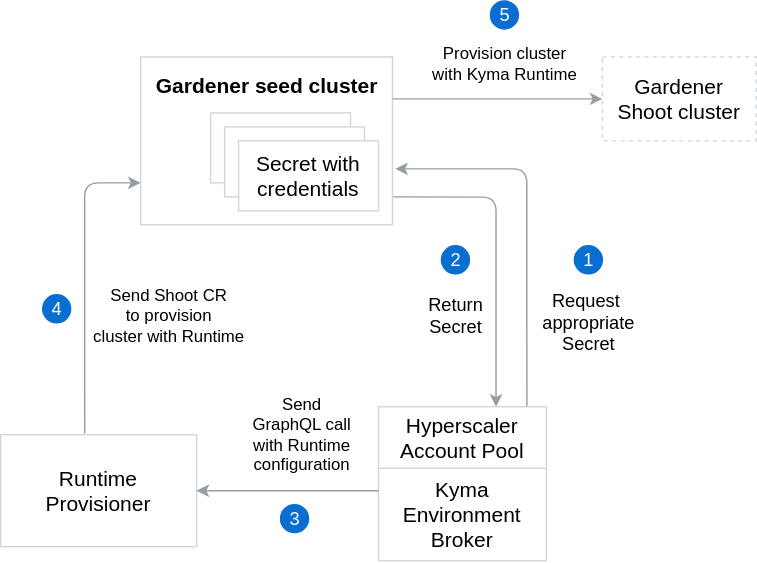
The draw.io diagram docs/assets/hap-flow.svg in ukff/kyma-environment-broker, before a commit. Source tidied: cells renumbered, new cells last; positions are measured from the earlier drawing's top-left corner, leaving out a move shared by most shapes. Source of this version:
```xml
<mxGraphModel>
  <root>
    <mxCell id="0" />
    <mxCell id="1" parent="0" />
    <mxCell id="2" style="endArrow=none;startArrow=classic;html=1;strokeColor=#959CA4;startFill=1;endFill=0;" parent="1" edge="1">
      <mxGeometry relative="1" as="geometry">
        <mxPoint x="354" y="290" as="sourcePoint" />
        <mxPoint x="280" y="140" as="targetPoint" />
        <Array as="points">
          <mxPoint x="354" y="240.3" />
          <mxPoint x="354" y="140.3" />
        </Array>
      </mxGeometry>
    </mxCell>
    <mxCell id="3" style="rounded=0;whiteSpace=wrap;html=1;strokeColor=#D2D5D9;" parent="1" vertex="1">
      <mxGeometry x="100" y="40" width="180" height="120" as="geometry" />
    </mxCell>
    <mxCell id="4" value="&lt;font style=&quot;font-size: 15px&quot;&gt;Gardener &lt;br&gt;Shoot cluster&lt;/font&gt;" style="rounded=0;whiteSpace=wrap;html=1;strokeColor=#D2D5D9;dashed=1;" parent="1" vertex="1">
      <mxGeometry x="430" y="40" width="110" height="60" as="geometry" />
    </mxCell>
    <mxCell id="5" value="&lt;font style=&quot;font-size: 15px&quot;&gt;Runtime &lt;br&gt;Provisioner&lt;/font&gt;" style="rounded=0;whiteSpace=wrap;html=1;strokeColor=#D2D5D9;" parent="1" vertex="1">
      <mxGeometry y="310" width="140" height="80" as="geometry" />
    </mxCell>
    <mxCell id="6" value="&lt;b&gt;&lt;font style=&quot;font-size: 15px&quot;&gt;Gardener seed cluster&lt;/font&gt;&lt;/b&gt;" style="text;html=1;align=center;verticalAlign=middle;" parent="1" vertex="1">
      <mxGeometry x="105" y="50" width="170" height="20" as="geometry" />
    </mxCell>
    <mxCell id="7" value="&lt;font style=&quot;font-size: 15px&quot;&gt;Secret with credentials&lt;/font&gt;" style="rounded=0;whiteSpace=wrap;html=1;strokeColor=#D2D5D9;" parent="1" vertex="1">
      <mxGeometry x="150" y="80" width="100" height="50" as="geometry" />
    </mxCell>
    <mxCell id="8" style="group;" parent="1" vertex="1">
      <mxGeometry x="270" y="290" width="120" height="110" as="geometry" />
    </mxCell>
    <mxCell id="9" value="&lt;font style=&quot;font-size: 15px&quot;&gt;Kyma Environment Broker&lt;/font&gt;" style="rounded=0;whiteSpace=wrap;html=1;strokeColor=#D2D5D9;" parent="8" vertex="1">
      <mxGeometry y="44" width="120" height="66" as="geometry" />
    </mxCell>
    <mxCell id="10" value="&lt;font style=&quot;font-size: 15px&quot;&gt;Hyperscaler Account Pool&lt;/font&gt;" style="rounded=0;whiteSpace=wrap;html=1;strokeColor=#D2D5D9;" parent="8" vertex="1">
      <mxGeometry width="120" height="44" as="geometry" />
    </mxCell>
    <mxCell id="11" style="endArrow=classic;startArrow=none;html=1;strokeColor=#959CA4;startFill=0;exitX=0.884;exitY=-0.006;exitDx=0;exitDy=0;exitPerimeter=0;" parent="1" edge="1" source="10">
      <mxGeometry relative="1" as="geometry">
        <mxPoint x="282" y="120" as="targetPoint" />
        <Array as="points">
          <mxPoint x="376" y="220" />
          <mxPoint x="376" y="120" />
        </Array>
      </mxGeometry>
    </mxCell>
    <mxCell id="12" style="group;" parent="1" vertex="1">
      <mxGeometry x="410" y="175" width="20" height="20" as="geometry" />
    </mxCell>
    <mxCell id="13" style="ellipse;whiteSpace=wrap;html=1;strokeColor=#0A6ED1;fillColor=#0A6ED1;fontColor=#FFFFFF;" parent="12" vertex="1">
      <mxGeometry width="20" height="20" as="geometry" />
    </mxCell>
    <mxCell id="14" value="1" style="text;html=1;align=center;verticalAlign=middle;fillColor=none;strokeColor=none;rounded=0;fontColor=#FFFFFF;fontSize=13;" parent="12" vertex="1">
      <mxGeometry width="20" height="20" as="geometry" />
    </mxCell>
    <mxCell id="15" value="&lt;font style=&quot;font-size: 13px&quot;&gt;Request&amp;nbsp;&lt;br&gt;appropriate&lt;br&gt;Secret&lt;br&gt;&lt;/font&gt;" style="text;html=1;align=center;verticalAlign=middle;" parent="1" vertex="1">
      <mxGeometry x="380" y="205" width="80" height="50" as="geometry" />
    </mxCell>
    <mxCell id="16" style="endArrow=classic;startArrow=none;html=1;entryX=1;entryY=0.5;entryDx=0;entryDy=0;strokeColor=#959CA4;startFill=0;" parent="1" edge="1" target="5">
      <mxGeometry relative="1" as="geometry">
        <mxPoint x="270" y="350" as="sourcePoint" />
        <Array as="points">
          <mxPoint x="210" y="350" />
        </Array>
      </mxGeometry>
    </mxCell>
    <mxCell id="17" style="group;" parent="1" vertex="1">
      <mxGeometry x="200" y="360" width="20" height="20" as="geometry" />
    </mxCell>
    <mxCell id="18" style="ellipse;whiteSpace=wrap;html=1;strokeColor=#0A6ED1;fillColor=#0A6ED1;fontColor=#FFFFFF;" parent="17" vertex="1">
      <mxGeometry width="20" height="20" as="geometry" />
    </mxCell>
    <mxCell id="19" value="3" style="text;html=1;align=center;verticalAlign=middle;fillColor=none;strokeColor=none;rounded=0;fontColor=#FFFFFF;fontSize=13;" parent="17" vertex="1">
      <mxGeometry width="20" height="20" as="geometry" />
    </mxCell>
    <mxCell id="20" value="Send &lt;br&gt;GraphQL call &lt;br&gt;with Runtime &lt;br&gt;configuration" style="text;html=1;align=center;verticalAlign=middle;" parent="1" vertex="1">
      <mxGeometry x="170" y="280" width="90" height="60" as="geometry" />
    </mxCell>
    <mxCell id="21" value="&lt;font style=&quot;font-size: 15px&quot;&gt;Secret with credentials&lt;/font&gt;" style="rounded=0;whiteSpace=wrap;html=1;strokeColor=#D2D5D9;" parent="1" vertex="1">
      <mxGeometry x="160" y="90" width="100" height="50" as="geometry" />
    </mxCell>
    <mxCell id="22" value="&lt;font style=&quot;font-size: 15px&quot;&gt;Secret with credentials&lt;/font&gt;" style="rounded=0;whiteSpace=wrap;html=1;strokeColor=#D2D5D9;" parent="1" vertex="1">
      <mxGeometry x="170" y="100" width="100" height="50" as="geometry" />
    </mxCell>
    <mxCell id="23" style="endArrow=classic;startArrow=none;html=1;entryX=0;entryY=0.75;entryDx=0;entryDy=0;strokeColor=#959CA4;startFill=0;exitX=0.429;exitY=-0.012;exitDx=0;exitDy=0;exitPerimeter=0;" parent="1" edge="1" source="5" target="3">
      <mxGeometry relative="1" as="geometry">
        <Array as="points">
          <mxPoint x="60" y="270" />
          <mxPoint x="60" y="130" />
        </Array>
      </mxGeometry>
    </mxCell>
    <mxCell id="24" style="group;" parent="1" vertex="1">
      <mxGeometry x="30" y="210" width="20" height="20" as="geometry" />
    </mxCell>
    <mxCell id="25" style="ellipse;whiteSpace=wrap;html=1;strokeColor=#0A6ED1;fillColor=#0A6ED1;fontColor=#FFFFFF;" parent="24" vertex="1">
      <mxGeometry width="20" height="20" as="geometry" />
    </mxCell>
    <mxCell id="26" value="4" style="text;html=1;align=center;verticalAlign=middle;fillColor=none;strokeColor=none;rounded=0;fontColor=#FFFFFF;fontSize=13;" parent="24" vertex="1">
      <mxGeometry width="20" height="20" as="geometry" />
    </mxCell>
    <mxCell id="27" value="Send Shoot CR &lt;br&gt;to provision &lt;br&gt;cluster with Runtime" style="text;html=1;align=center;verticalAlign=middle;" parent="1" vertex="1">
      <mxGeometry x="60" y="200" width="120" height="50" as="geometry" />
    </mxCell>
    <mxCell id="28" style="group;" parent="1" vertex="1">
      <mxGeometry x="315" y="175" width="20" height="20" as="geometry" />
    </mxCell>
    <mxCell id="29" style="ellipse;whiteSpace=wrap;html=1;strokeColor=#0A6ED1;fillColor=#0A6ED1;fontColor=#FFFFFF;" parent="28" vertex="1">
      <mxGeometry width="20" height="20" as="geometry" />
    </mxCell>
    <mxCell id="30" value="2" style="text;html=1;align=center;verticalAlign=middle;fillColor=none;strokeColor=none;rounded=0;fontColor=#FFFFFF;fontSize=13;" parent="28" vertex="1">
      <mxGeometry width="20" height="20" as="geometry" />
    </mxCell>
    <mxCell id="31" value="&lt;font style=&quot;font-size: 13px&quot;&gt;Return&lt;br&gt;Secret&lt;br&gt;&lt;/font&gt;" style="text;html=1;align=center;verticalAlign=middle;" parent="1" vertex="1">
      <mxGeometry x="300" y="210" width="50" height="30" as="geometry" />
    </mxCell>
    <mxCell id="32" style="endArrow=classic;startArrow=none;html=1;entryX=0;entryY=0.5;entryDx=0;entryDy=0;strokeColor=#959CA4;startFill=0;exitX=1;exitY=0.25;exitDx=0;exitDy=0;" parent="1" edge="1" source="3" target="4">
      <mxGeometry relative="1" as="geometry" />
    </mxCell>
    <mxCell id="33" style="group;" parent="1" vertex="1">
      <mxGeometry x="350" width="20" height="20" as="geometry" />
    </mxCell>
    <mxCell id="34" style="ellipse;whiteSpace=wrap;html=1;strokeColor=#0A6ED1;fillColor=#0A6ED1;fontColor=#FFFFFF;" parent="33" vertex="1">
      <mxGeometry width="20" height="20" as="geometry" />
    </mxCell>
    <mxCell id="35" value="5" style="text;html=1;align=center;verticalAlign=middle;fillColor=none;strokeColor=none;rounded=0;fontColor=#FFFFFF;fontSize=13;" parent="33" vertex="1">
      <mxGeometry width="20" height="20" as="geometry" />
    </mxCell>
    <mxCell id="36" value="Provision cluster &lt;br&gt;with Kyma Runtime" style="text;html=1;align=center;verticalAlign=middle;" parent="1" vertex="1">
      <mxGeometry x="300" y="30" width="120" height="30" as="geometry" />
    </mxCell>
  </root>
</mxGraphModel>
```
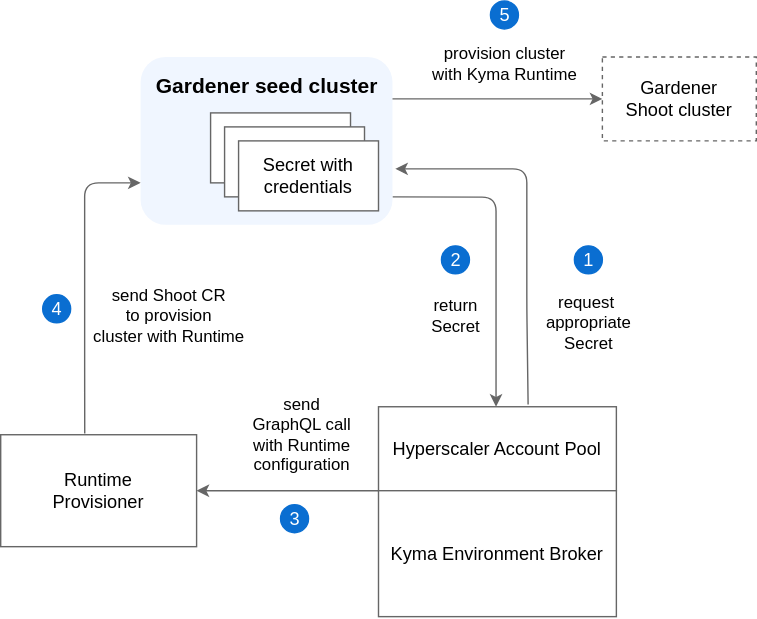
Later version of the same file.

Change to the diagram source:
```diff
@@ -2,7 +2,7 @@
   <root>
     <mxCell id="0" />
     <mxCell id="1" parent="0" />
-    <mxCell id="2" style="endArrow=none;startArrow=classic;html=1;strokeColor=#959CA4;startFill=1;endFill=0;" parent="1" edge="1">
+    <mxCell id="2" style="endArrow=none;startArrow=classic;html=1;strokeColor=#666666;startFill=1;endFill=0;" parent="1" edge="1">
       <mxGeometry relative="1" as="geometry">
         <mxPoint x="354" y="290" as="sourcePoint" />
         <mxPoint x="280" y="140" as="targetPoint" />
@@ -12,31 +12,22 @@
         </Array>
       </mxGeometry>
     </mxCell>
-    <mxCell id="3" style="rounded=0;whiteSpace=wrap;html=1;strokeColor=#D2D5D9;" parent="1" vertex="1">
+    <mxCell id="3" style="rounded=1;whiteSpace=wrap;html=1;strokeColor=none;fillColor=#F0F6FF;" parent="1" vertex="1">
       <mxGeometry x="100" y="40" width="180" height="120" as="geometry" />
     </mxCell>
-    <mxCell id="4" value="&lt;font style=&quot;font-size: 15px&quot;&gt;Gardener &lt;br&gt;Shoot cluster&lt;/font&gt;" style="rounded=0;whiteSpace=wrap;html=1;strokeColor=#D2D5D9;dashed=1;" parent="1" vertex="1">
+    <mxCell id="4" value="&lt;font style=&quot;font-size: 13px&quot;&gt;Gardener &lt;br&gt;Shoot cluster&lt;/font&gt;" style="rounded=0;whiteSpace=wrap;html=1;strokeColor=#666666;dashed=1;" parent="1" vertex="1">
       <mxGeometry x="430" y="40" width="110" height="60" as="geometry" />
     </mxCell>
-    <mxCell id="5" value="&lt;font style=&quot;font-size: 15px&quot;&gt;Runtime &lt;br&gt;Provisioner&lt;/font&gt;" style="rounded=0;whiteSpace=wrap;html=1;strokeColor=#D2D5D9;" parent="1" vertex="1">
+    <mxCell id="5" value="&lt;font style=&quot;font-size: 13px&quot;&gt;Runtime &lt;br&gt;Provisioner&lt;/font&gt;" style="rounded=0;whiteSpace=wrap;html=1;strokeColor=#666666;" parent="1" vertex="1">
       <mxGeometry y="310" width="140" height="80" as="geometry" />
     </mxCell>
     <mxCell id="6" value="&lt;b&gt;&lt;font style=&quot;font-size: 15px&quot;&gt;Gardener seed cluster&lt;/font&gt;&lt;/b&gt;" style="text;html=1;align=center;verticalAlign=middle;" parent="1" vertex="1">
       <mxGeometry x="105" y="50" width="170" height="20" as="geometry" />
     </mxCell>
-    <mxCell id="7" value="&lt;font style=&quot;font-size: 15px&quot;&gt;Secret with credentials&lt;/font&gt;" style="rounded=0;whiteSpace=wrap;html=1;strokeColor=#D2D5D9;" parent="1" vertex="1">
+    <mxCell id="7" value="&lt;font style=&quot;font-size: 15px&quot;&gt;Secret with credentials&lt;/font&gt;" style="rounded=0;whiteSpace=wrap;html=1;strokeColor=#666666;" parent="1" vertex="1">
       <mxGeometry x="150" y="80" width="100" height="50" as="geometry" />
     </mxCell>
-    <mxCell id="8" style="group;" parent="1" vertex="1">
-      <mxGeometry x="270" y="290" width="120" height="110" as="geometry" />
-    </mxCell>
-    <mxCell id="9" value="&lt;font style=&quot;font-size: 15px&quot;&gt;Kyma Environment Broker&lt;/font&gt;" style="rounded=0;whiteSpace=wrap;html=1;strokeColor=#D2D5D9;" parent="8" vertex="1">
-      <mxGeometry y="44" width="120" height="66" as="geometry" />
-    </mxCell>
-    <mxCell id="10" value="&lt;font style=&quot;font-size: 15px&quot;&gt;Hyperscaler Account Pool&lt;/font&gt;" style="rounded=0;whiteSpace=wrap;html=1;strokeColor=#D2D5D9;" parent="8" vertex="1">
-      <mxGeometry width="120" height="44" as="geometry" />
-    </mxCell>
-    <mxCell id="11" style="endArrow=classic;startArrow=none;html=1;strokeColor=#959CA4;startFill=0;exitX=0.884;exitY=-0.006;exitDx=0;exitDy=0;exitPerimeter=0;" parent="1" edge="1" source="10">
+    <mxCell id="11" style="endArrow=classic;startArrow=none;html=1;strokeColor=#666666;startFill=0;exitX=0.629;exitY=-0.027;exitDx=0;exitDy=0;exitPerimeter=0;" parent="1" edge="1" source="10">
       <mxGeometry relative="1" as="geometry">
         <mxPoint x="282" y="120" as="targetPoint" />
         <Array as="points">
@@ -54,10 +45,10 @@
     <mxCell id="14" value="1" style="text;html=1;align=center;verticalAlign=middle;fillColor=none;strokeColor=none;rounded=0;fontColor=#FFFFFF;fontSize=13;" parent="12" vertex="1">
       <mxGeometry width="20" height="20" as="geometry" />
     </mxCell>
-    <mxCell id="15" value="&lt;font style=&quot;font-size: 13px&quot;&gt;Request&amp;nbsp;&lt;br&gt;appropriate&lt;br&gt;Secret&lt;br&gt;&lt;/font&gt;" style="text;html=1;align=center;verticalAlign=middle;" parent="1" vertex="1">
+    <mxCell id="15" value="&lt;font style=&quot;font-size: 12px&quot;&gt;request&amp;nbsp;&lt;br&gt;appropriate&lt;br&gt;Secret&lt;br&gt;&lt;/font&gt;" style="text;html=1;align=center;verticalAlign=middle;" parent="1" vertex="1">
       <mxGeometry x="380" y="205" width="80" height="50" as="geometry" />
     </mxCell>
-    <mxCell id="16" style="endArrow=classic;startArrow=none;html=1;entryX=1;entryY=0.5;entryDx=0;entryDy=0;strokeColor=#959CA4;startFill=0;" parent="1" edge="1" target="5">
+    <mxCell id="16" style="endArrow=classic;startArrow=none;html=1;entryX=1;entryY=0.5;entryDx=0;entryDy=0;strokeColor=#666666;startFill=0;" parent="1" edge="1" target="5">
       <mxGeometry relative="1" as="geometry">
         <mxPoint x="270" y="350" as="sourcePoint" />
         <Array as="points">
@@ -74,16 +65,16 @@
     <mxCell id="19" value="3" style="text;html=1;align=center;verticalAlign=middle;fillColor=none;strokeColor=none;rounded=0;fontColor=#FFFFFF;fontSize=13;" parent="17" vertex="1">
       <mxGeometry width="20" height="20" as="geometry" />
     </mxCell>
-    <mxCell id="20" value="Send &lt;br&gt;GraphQL call &lt;br&gt;with Runtime &lt;br&gt;configuration" style="text;html=1;align=center;verticalAlign=middle;" parent="1" vertex="1">
+    <mxCell id="20" value="send &lt;br&gt;GraphQL call &lt;br&gt;with Runtime &lt;br&gt;configuration" style="text;html=1;align=center;verticalAlign=middle;" parent="1" vertex="1">
       <mxGeometry x="170" y="280" width="90" height="60" as="geometry" />
     </mxCell>
-    <mxCell id="21" value="&lt;font style=&quot;font-size: 15px&quot;&gt;Secret with credentials&lt;/font&gt;" style="rounded=0;whiteSpace=wrap;html=1;strokeColor=#D2D5D9;" parent="1" vertex="1">
+    <mxCell id="21" value="&lt;font style=&quot;font-size: 15px&quot;&gt;Secret with credentials&lt;/font&gt;" style="rounded=0;whiteSpace=wrap;html=1;strokeColor=#666666;" parent="1" vertex="1">
       <mxGeometry x="160" y="90" width="100" height="50" as="geometry" />
     </mxCell>
-    <mxCell id="22" value="&lt;font style=&quot;font-size: 15px&quot;&gt;Secret with credentials&lt;/font&gt;" style="rounded=0;whiteSpace=wrap;html=1;strokeColor=#D2D5D9;" parent="1" vertex="1">
+    <mxCell id="22" value="&lt;font style=&quot;font-size: 13px&quot;&gt;Secret with credentials&lt;/font&gt;" style="rounded=0;whiteSpace=wrap;html=1;strokeColor=#666666;" parent="1" vertex="1">
       <mxGeometry x="170" y="100" width="100" height="50" as="geometry" />
     </mxCell>
-    <mxCell id="23" style="endArrow=classic;startArrow=none;html=1;entryX=0;entryY=0.75;entryDx=0;entryDy=0;strokeColor=#959CA4;startFill=0;exitX=0.429;exitY=-0.012;exitDx=0;exitDy=0;exitPerimeter=0;" parent="1" edge="1" source="5" target="3">
+    <mxCell id="23" style="endArrow=classic;startArrow=none;html=1;entryX=0;entryY=0.75;entryDx=0;entryDy=0;strokeColor=#666666;startFill=0;exitX=0.429;exitY=-0.012;exitDx=0;exitDy=0;exitPerimeter=0;" parent="1" edge="1" source="5" target="3">
       <mxGeometry relative="1" as="geometry">
         <Array as="points">
           <mxPoint x="60" y="270" />
@@ -100,7 +91,7 @@
     <mxCell id="26" value="4" style="text;html=1;align=center;verticalAlign=middle;fillColor=none;strokeColor=none;rounded=0;fontColor=#FFFFFF;fontSize=13;" parent="24" vertex="1">
       <mxGeometry width="20" height="20" as="geometry" />
     </mxCell>
-    <mxCell id="27" value="Send Shoot CR &lt;br&gt;to provision &lt;br&gt;cluster with Runtime" style="text;html=1;align=center;verticalAlign=middle;" parent="1" vertex="1">
+    <mxCell id="27" value="send Shoot CR &lt;br&gt;to provision &lt;br&gt;cluster with Runtime" style="text;html=1;align=center;verticalAlign=middle;" parent="1" vertex="1">
       <mxGeometry x="60" y="200" width="120" height="50" as="geometry" />
     </mxCell>
     <mxCell id="28" style="group;" parent="1" vertex="1">
@@ -112,10 +103,10 @@
     <mxCell id="30" value="2" style="text;html=1;align=center;verticalAlign=middle;fillColor=none;strokeColor=none;rounded=0;fontColor=#FFFFFF;fontSize=13;" parent="28" vertex="1">
       <mxGeometry width="20" height="20" as="geometry" />
     </mxCell>
-    <mxCell id="31" value="&lt;font style=&quot;font-size: 13px&quot;&gt;Return&lt;br&gt;Secret&lt;br&gt;&lt;/font&gt;" style="text;html=1;align=center;verticalAlign=middle;" parent="1" vertex="1">
+    <mxCell id="31" value="&lt;font style=&quot;font-size: 12px&quot;&gt;return&lt;br&gt;Secret&lt;br&gt;&lt;/font&gt;" style="text;html=1;align=center;verticalAlign=middle;" parent="1" vertex="1">
       <mxGeometry x="300" y="210" width="50" height="30" as="geometry" />
     </mxCell>
-    <mxCell id="32" style="endArrow=classic;startArrow=none;html=1;entryX=0;entryY=0.5;entryDx=0;entryDy=0;strokeColor=#959CA4;startFill=0;exitX=1;exitY=0.25;exitDx=0;exitDy=0;" parent="1" edge="1" source="3" target="4">
+    <mxCell id="32" style="endArrow=classic;startArrow=none;html=1;entryX=0;entryY=0.5;entryDx=0;entryDy=0;strokeColor=#666666;startFill=0;exitX=1;exitY=0.25;exitDx=0;exitDy=0;" parent="1" edge="1" source="3" target="4">
       <mxGeometry relative="1" as="geometry" />
     </mxCell>
     <mxCell id="33" style="group;" parent="1" vertex="1">
@@ -127,8 +118,14 @@
     <mxCell id="35" value="5" style="text;html=1;align=center;verticalAlign=middle;fillColor=none;strokeColor=none;rounded=0;fontColor=#FFFFFF;fontSize=13;" parent="33" vertex="1">
       <mxGeometry width="20" height="20" as="geometry" />
     </mxCell>
-    <mxCell id="36" value="Provision cluster &lt;br&gt;with Kyma Runtime" style="text;html=1;align=center;verticalAlign=middle;" parent="1" vertex="1">
+    <mxCell id="36" value="provision cluster &lt;br&gt;with Kyma Runtime" style="text;html=1;align=center;verticalAlign=middle;" parent="1" vertex="1">
       <mxGeometry x="300" y="30" width="120" height="30" as="geometry" />
     </mxCell>
+    <mxCell id="10" value="&lt;font style=&quot;font-size: 13px&quot;&gt;Hyperscaler Account Pool&lt;/font&gt;" style="rounded=0;whiteSpace=wrap;html=1;strokeColor=#666666;" parent="1" vertex="1">
+      <mxGeometry x="270" y="290" width="170" height="60" as="geometry" />
+    </mxCell>
+    <mxCell id="9" value="&lt;font style=&quot;font-size: 13px&quot;&gt;Kyma Environment Broker&lt;/font&gt;" style="rounded=0;whiteSpace=wrap;html=1;strokeColor=#666666;" parent="1" vertex="1">
+      <mxGeometry x="270" y="350" width="170" height="90" as="geometry" />
+    </mxCell>
   </root>
 </mxGraphModel>
```
